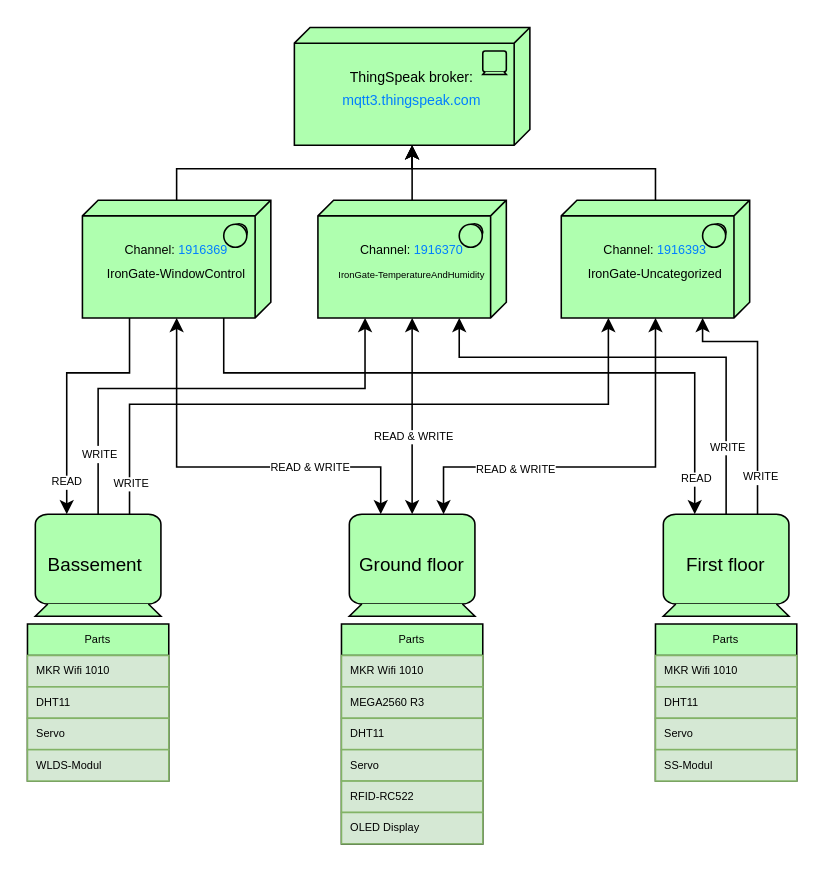
Above: Documentation/Raw diagrams/ArchitectureDiagram.drawio in C4sper2012/IronGate (draw.io), before the change. Source tidied: cells renumbered, new cells numbered last; positions are measured from the earlier drawing's top-left corner, leaving out a move shared by most shapes. Both pictures are drawn from the tidied source at 157%, with x=0, y=0 at pixel (27, 27).
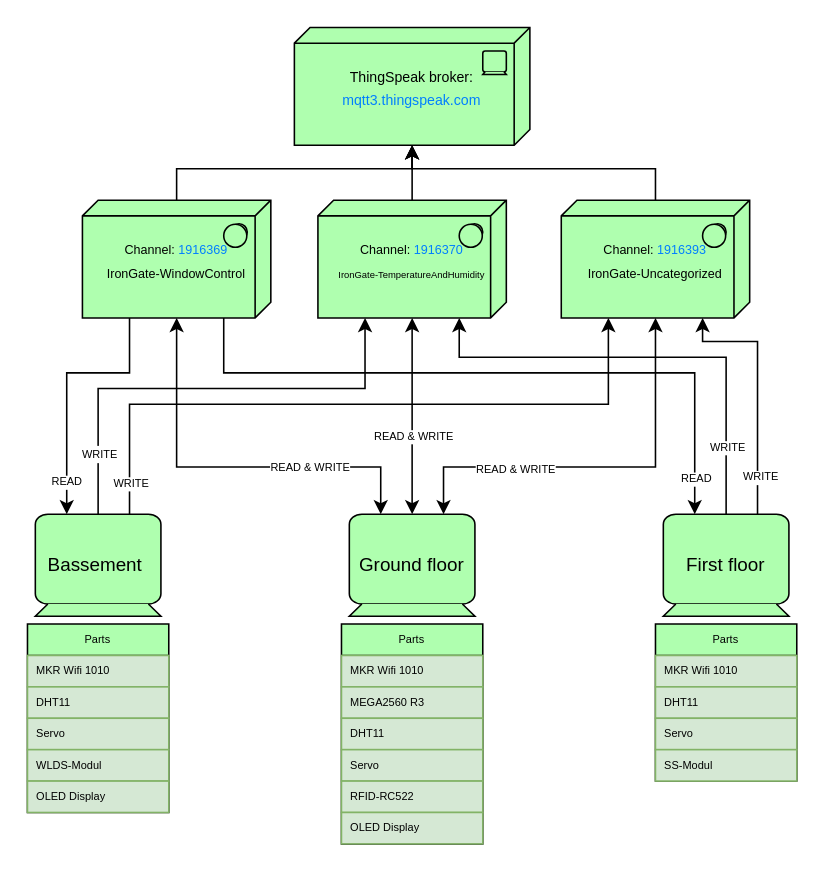
Above is the later version.

Commit message (it also covers changes not shown here):
Updated the readme and architecture diagram

Diff of the diagram source:
```diff
@@
     <mxCell id="30" value="Parts" style="swimlane;fontStyle=0;horizontal=1;startSize=20;fontSize=7;fontColor=#000000;fillColor=#AFFFAF;" parent="1" vertex="1">
-      <mxGeometry y="380" width="90" height="100" as="geometry" />
+      <mxGeometry y="380" width="90" height="120" as="geometry" />
     </mxCell>
@@
+    <mxCell id="47" value="OLED Display" style="text;strokeColor=#82b366;fillColor=#d5e8d4;align=left;verticalAlign=middle;spacingLeft=4;spacingRight=4;overflow=hidden;fontSize=7;" parent="30" vertex="1">
+      <mxGeometry y="100" width="90" height="20" as="geometry" />
+    </mxCell>
```
